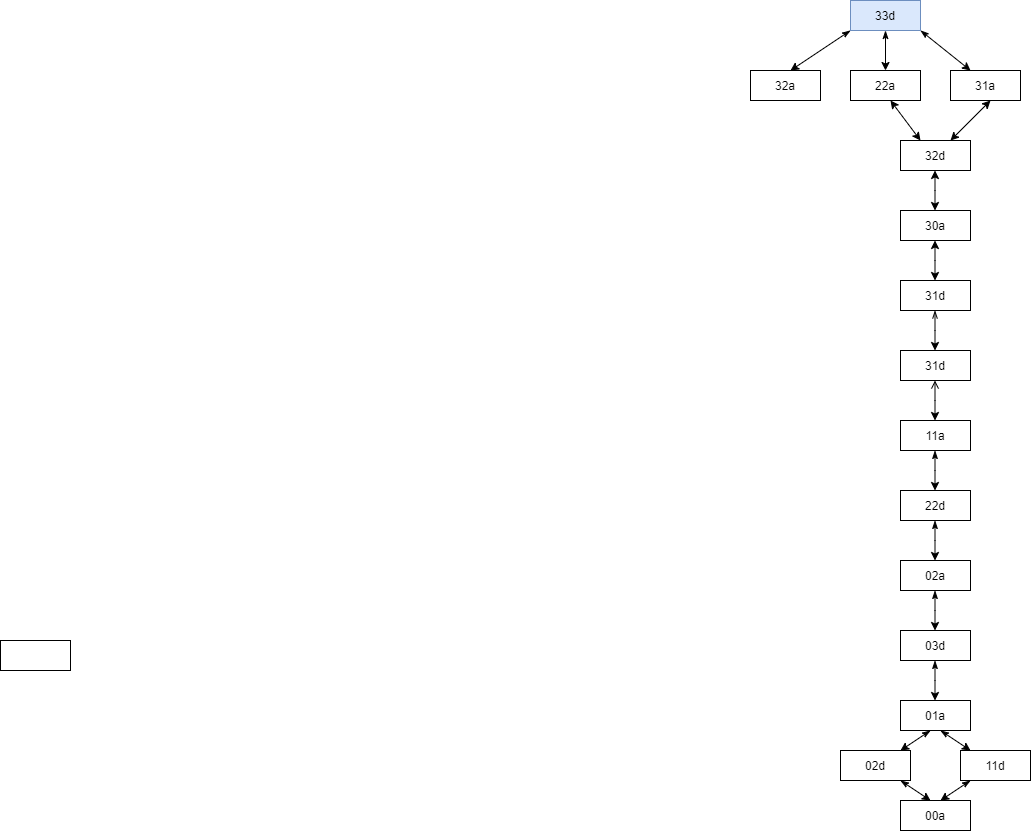
Earlier version of the draw.io export search tree.png (yuorky/CS-686-Artificial-Intelligence-). Source tidied: cells renumbered, new cells last; positions are measured from the earlier drawing's top-left corner, leaving out a move shared by most shapes.
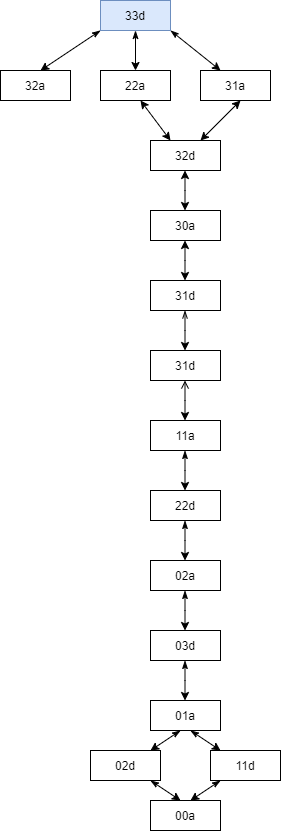
The same diagram one commit later.

Change to the diagram source:
```diff
@@ -16,9 +16,6 @@
         <mxPoint x="970" y="70" as="targetPoint" />
       </mxGeometry>
     </mxCell>
-    <mxCell id="5" style="verticalLabelPosition=bottom;verticalAlign=top;html=1;shape=mxgraph.basic.rect;fillColor2=none;strokeWidth=1;size=20;indent=5;" parent="1" vertex="1">
-      <mxGeometry y="640" width="70" height="30" as="geometry" />
-    </mxCell>
     <mxCell id="6" style="endArrow=classic;html=1;startArrow=classicThin;startFill=1;" parent="1" edge="1">
       <mxGeometry relative="1" as="geometry">
         <mxPoint x="850" y="30" as="sourcePoint" />
```
